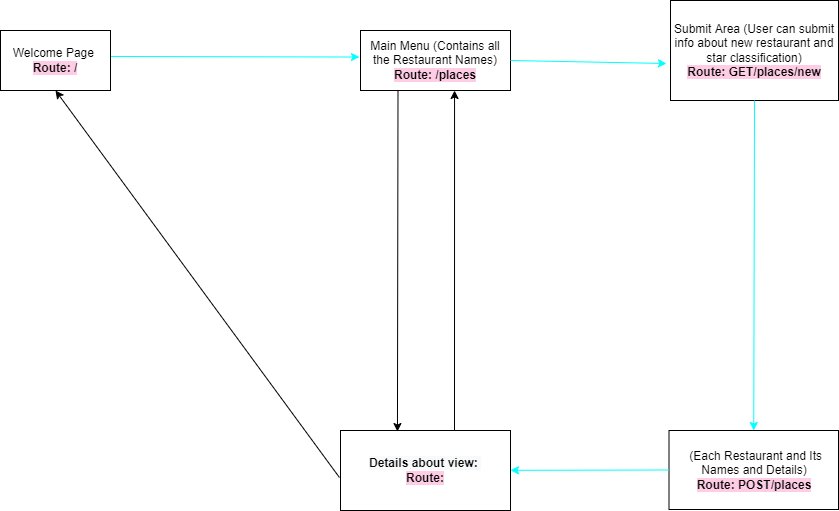
The draw.io diagram Rest-Rant Wireframe.drawio.png in Phalguni221/REST-rant, before a commit. Source tidied: cells renumbered, new cells last; positions are measured from the earlier drawing's top-left corner, leaving out a move shared by most shapes.
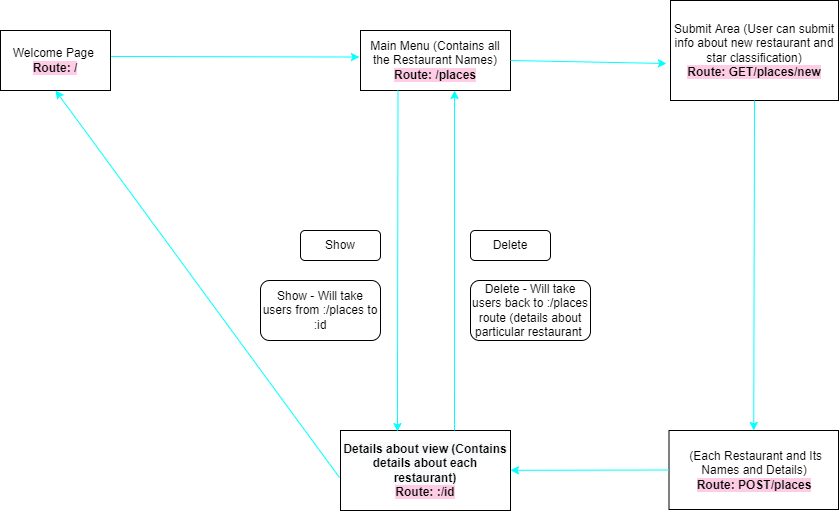
The same diagram one commit later.

What changed in the source:
```diff
@@ -14,7 +14,7 @@
     <mxCell id="5" style="endArrow=classic;html=1;rounded=0;exitX=0;exitY=0.5;exitDx=0;exitDy=0;strokeColor=#00FFFF;" parent="1" edge="1" source="3" target="6">
       <mxGeometry relative="1" as="geometry" />
     </mxCell>
-    <mxCell id="6" value="&lt;span style=&quot;background-color: rgb(248 , 249 , 250)&quot;&gt;&lt;b&gt;Details about view:&lt;/b&gt;&amp;nbsp;&lt;br&gt;&lt;/span&gt;&lt;b style=&quot;background-color: rgb(255 , 204 , 230)&quot;&gt;Route:&lt;/b&gt;" style="rounded=0;whiteSpace=wrap;html=1;" parent="1" vertex="1">
+    <mxCell id="6" value="&lt;span style=&quot;background-color: rgb(248 , 249 , 250)&quot;&gt;&lt;b&gt;Details about view (Contains details about each restaurant)&lt;/b&gt;&lt;br&gt;&lt;/span&gt;&lt;b style=&quot;background-color: rgb(255 , 204 , 230)&quot;&gt;Route: :/id&lt;/b&gt;" style="rounded=0;whiteSpace=wrap;html=1;" parent="1" vertex="1">
       <mxGeometry x="340" y="430" width="170" height="80" as="geometry" />
     </mxCell>
     <mxCell id="7" style="endArrow=classic;html=1;rounded=0;exitX=0.5;exitY=1;exitDx=0;exitDy=0;entryX=0.5;entryY=0;entryDx=0;entryDy=0;strokeColor=#00FFFF;" parent="1" edge="1" source="4" target="3">
@@ -34,16 +34,28 @@
     <mxCell id="11" style="endArrow=classic;html=1;rounded=0;exitX=1.005;exitY=0.433;exitDx=0;exitDy=0;entryX=-0.007;entryY=0.442;entryDx=0;entryDy=0;strokeColor=#00FFFF;exitPerimeter=0;entryPerimeter=0;" parent="1" edge="1" source="10" target="2">
       <mxGeometry relative="1" as="geometry" />
     </mxCell>
-    <mxCell id="12" style="endArrow=classic;html=1;rounded=0;exitX=0.25;exitY=1;exitDx=0;exitDy=0;entryX=0.335;entryY=0.013;entryDx=0;entryDy=0;entryPerimeter=0;" parent="1" edge="1" source="2" target="6">
+    <mxCell id="12" style="endArrow=classic;html=1;rounded=0;exitX=0.25;exitY=1;exitDx=0;exitDy=0;entryX=0.335;entryY=0.013;entryDx=0;entryDy=0;entryPerimeter=0;strokeColor=#00FFFF;" parent="1" edge="1" source="2" target="6">
       <mxGeometry relative="1" as="geometry" />
     </mxCell>
-    <mxCell id="13" style="endArrow=classic;html=1;rounded=0;entryX=0.627;entryY=1;entryDx=0;entryDy=0;entryPerimeter=0;" parent="1" edge="1" target="2">
+    <mxCell id="13" style="endArrow=classic;html=1;rounded=0;entryX=0.627;entryY=1;entryDx=0;entryDy=0;entryPerimeter=0;strokeColor=#00FFFF;" parent="1" edge="1" target="2">
       <mxGeometry relative="1" as="geometry">
         <mxPoint x="454" y="430" as="sourcePoint" />
       </mxGeometry>
     </mxCell>
-    <mxCell id="14" style="endArrow=classic;html=1;rounded=0;entryX=0.5;entryY=1;entryDx=0;entryDy=0;exitX=-0.006;exitY=0.588;exitDx=0;exitDy=0;exitPerimeter=0;" parent="1" edge="1" source="6" target="10">
+    <mxCell id="14" style="endArrow=classic;html=1;rounded=0;entryX=0.5;entryY=1;entryDx=0;entryDy=0;exitX=-0.006;exitY=0.588;exitDx=0;exitDy=0;exitPerimeter=0;strokeColor=#00FFFF;" parent="1" edge="1" source="6" target="10">
       <mxGeometry relative="1" as="geometry" />
     </mxCell>
+    <mxCell id="15" value="Show" style="rounded=1;whiteSpace=wrap;html=1;" parent="1" vertex="1">
+      <mxGeometry x="300" y="230" width="80" height="30" as="geometry" />
+    </mxCell>
+    <mxCell id="16" value="Delete" style="rounded=1;whiteSpace=wrap;html=1;" parent="1" vertex="1">
+      <mxGeometry x="470" y="230" width="80" height="30" as="geometry" />
+    </mxCell>
+    <mxCell id="17" value="Show - Will take users from :/places to :id" style="rounded=1;whiteSpace=wrap;html=1;" parent="1" vertex="1">
+      <mxGeometry x="260" y="280" width="120" height="60" as="geometry" />
+    </mxCell>
+    <mxCell id="18" value="Delete - Will take users back to :/places route (details about particular restaurant&amp;nbsp;" style="rounded=1;whiteSpace=wrap;html=1;" parent="1" vertex="1">
+      <mxGeometry x="470" y="280" width="120" height="60" as="geometry" />
+    </mxCell>
   </root>
 </mxGraphModel>
```
